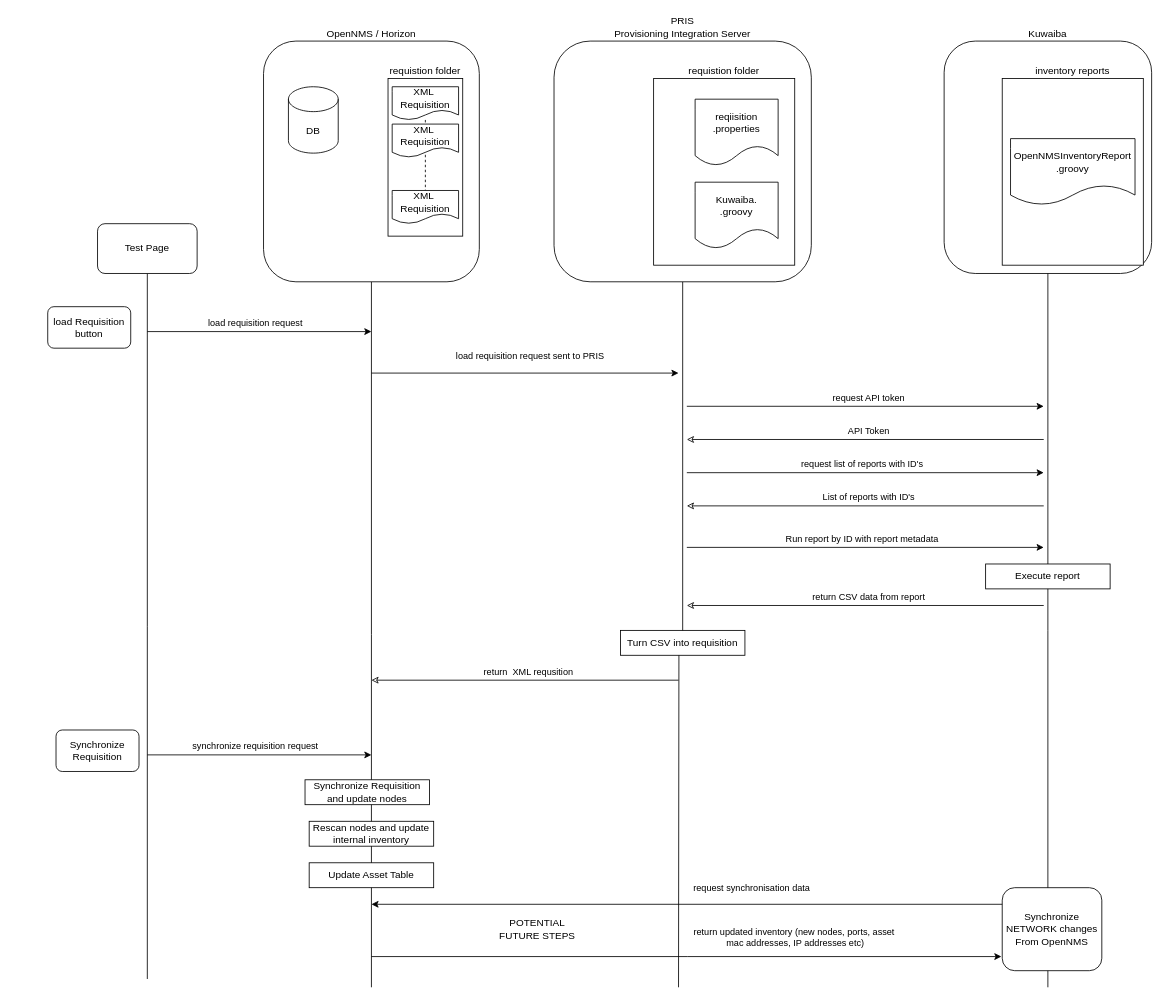
gallenc/kuwaiba-examples-1 keeps this draw.io diagram as kuwaiba-opennms-radio/docs/images/kuwaiba-opennms-integration.drawio. Above is the earlier version. Source tidied: cells renumbered, new cells numbered last; positions are measured from the earlier drawing's top-left corner, leaving out a move shared by most shapes. Both pictures are drawn from the tidied source at 83%, with x=0, y=0 at pixel (47, 41).
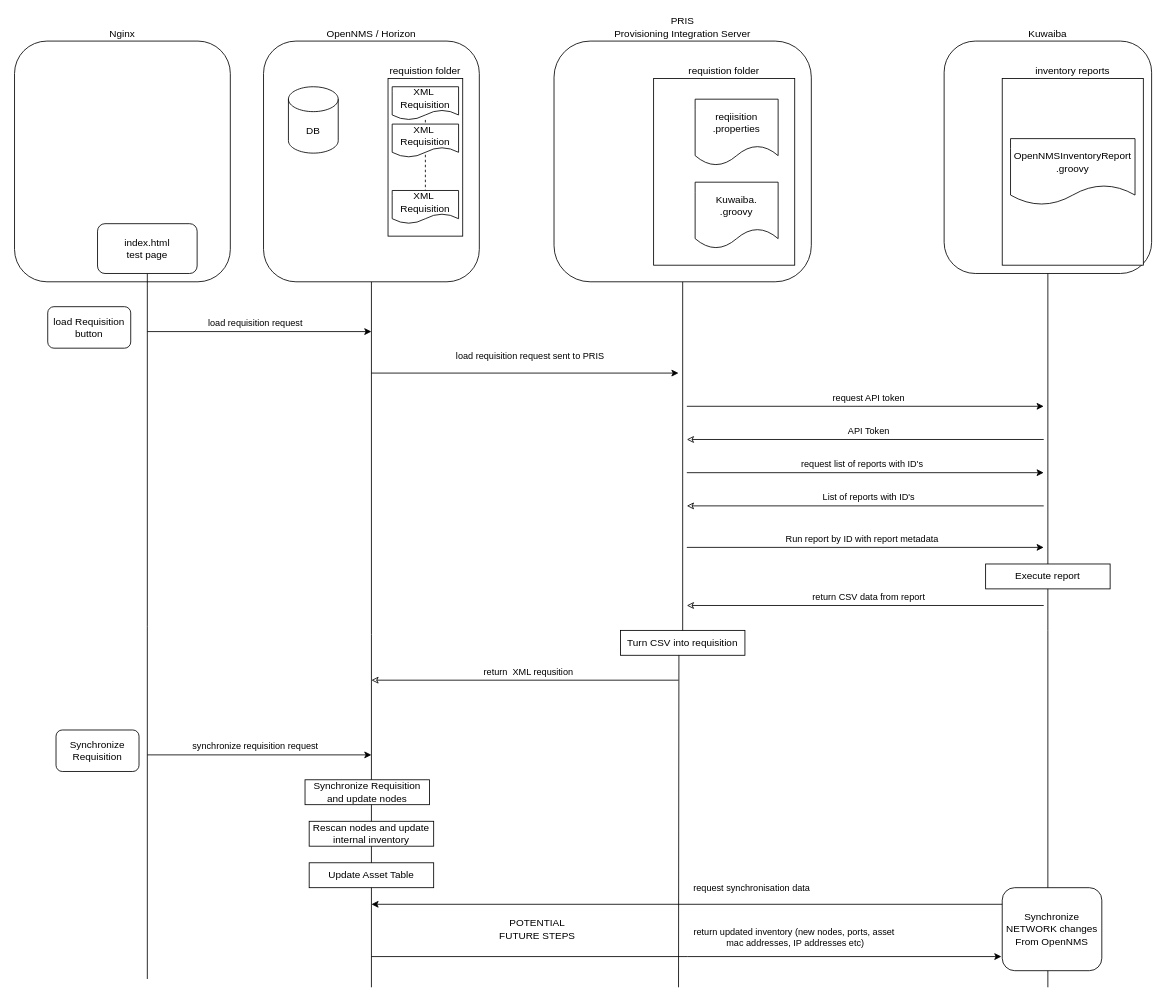
After the change.

Commit message (it also covers changes not shown here):
adding opennms integration diagrams

Diff of the diagram source:
```diff
@@
+    <mxCell id="42" value="Nginx" style="rounded=1;whiteSpace=wrap;html=1;labelPosition=center;verticalLabelPosition=top;align=center;verticalAlign=bottom;" parent="1" vertex="1">
+      <mxGeometry x="-40" width="260" height="290" as="geometry" />
+    </mxCell>
@@
-    <mxCell id="11" value="Test Page" style="rounded=1;whiteSpace=wrap;html=1;" parent="1" vertex="1">
+    <mxCell id="11" value="index.html&lt;div&gt;test page&lt;/div&gt;" style="rounded=1;whiteSpace=wrap;html=1;" parent="1" vertex="1">
       <mxGeometry x="60" y="220" width="120" height="60" as="geometry" />
     </mxCell>
```
